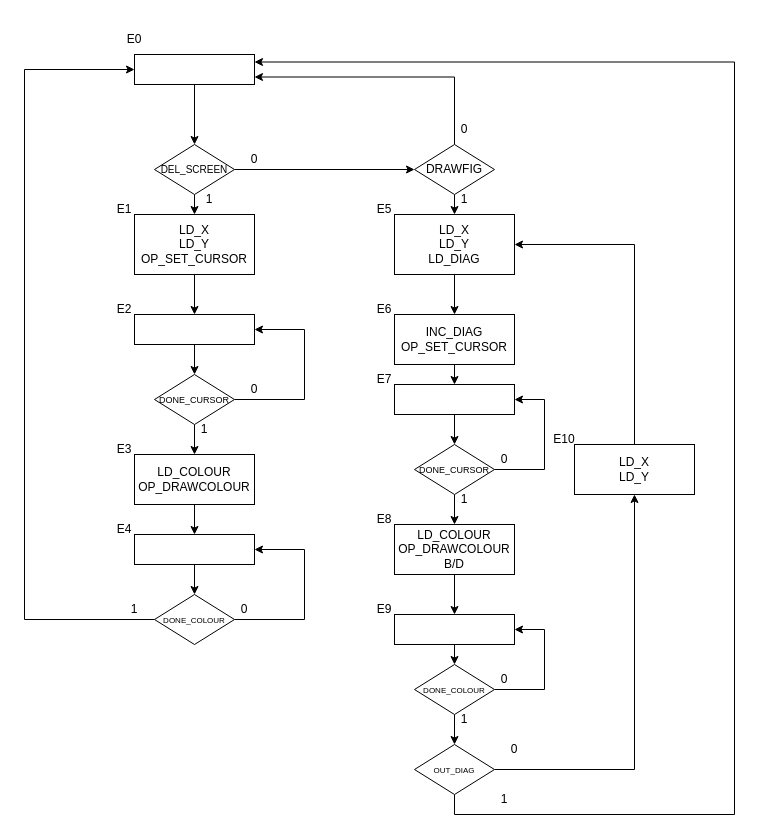
Earlier version of the draw.io diagram Proyecto/Diseños/Lcd_draw_uc.drawio (marcosChoucino/SIstemasDigitales). Source tidied: cells renumbered, new cells numbered last; positions are measured from the earlier drawing's top-left corner, leaving out a move shared by most shapes. Both pictures are drawn from the tidied source at 100%, with x=0, y=0 at pixel (24, 24).
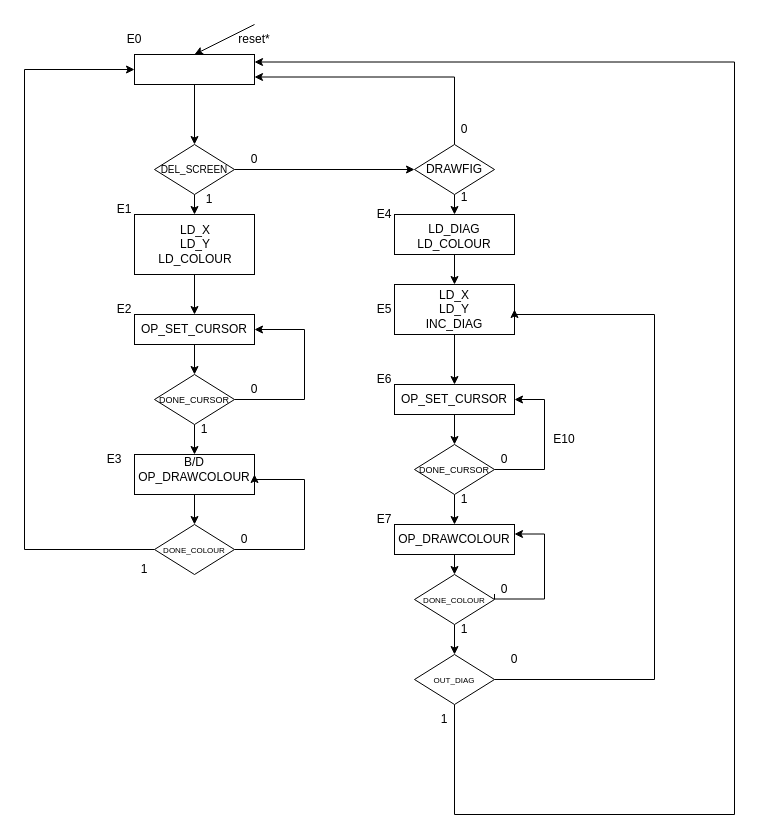
After the change.

Unchanged cells that the change refers to:
```xml
<mxCell id="3" style="rounded=0;whiteSpace=wrap;html=1;" parent="1" vertex="1">
  <mxGeometry x="110" y="30" width="120" height="30" as="geometry" />
</mxCell>
<mxCell id="32" style="rhombus;whiteSpace=wrap;html=1;" parent="1" vertex="1">
  <mxGeometry x="390" y="420" width="80" height="50" as="geometry" />
</mxCell>
<mxCell id="35" style="rhombus;whiteSpace=wrap;html=1;" parent="1" vertex="1">
  <mxGeometry x="130" y="350" width="80" height="50" as="geometry" />
</mxCell>
```

Change to the diagram source:
```diff
@@
     <mxCell id="7" style="rounded=0;whiteSpace=wrap;html=1;" parent="1" vertex="1">
-      <mxGeometry x="370" y="190" width="120" height="60" as="geometry" />
+      <mxGeometry x="370" y="190" width="120" height="40" as="geometry" />
     </mxCell>
@@
     <mxCell id="9" style="rounded=0;whiteSpace=wrap;html=1;" parent="1" vertex="1">
-      <mxGeometry x="370" y="290" width="120" height="50" as="geometry" />
+      <mxGeometry x="370" y="260" width="120" height="50" as="geometry" />
     </mxCell>
@@
-    <mxCell id="14" style="edgeStyle=orthogonalEdgeStyle;rounded=0;jettySize=auto;html=1;exitX=0.5;exitY=1;exitDx=0;exitDy=0;entryX=0.5;entryY=0;entryDx=0;entryDy=0;" parent="1" edge="1" source="15" target="19">
-      <mxGeometry relative="1" as="geometry" />
-    </mxCell>
-    <mxCell id="15" style="rounded=0;whiteSpace=wrap;html=1;" parent="1" vertex="1">
-      <mxGeometry x="110" y="430" width="120" height="50" as="geometry" />
-    </mxCell>
-    <mxCell id="16" style="edgeStyle=orthogonalEdgeStyle;rounded=0;jettySize=auto;html=1;exitX=0.5;exitY=1;exitDx=0;exitDy=0;entryX=0.5;entryY=0;entryDx=0;entryDy=0;" parent="1" edge="1" source="17" target="21">
-      <mxGeometry relative="1" as="geometry" />
-    </mxCell>
-    <mxCell id="17" style="rounded=0;whiteSpace=wrap;html=1;" parent="1" vertex="1">
-      <mxGeometry x="370" y="500" width="120" height="50" as="geometry" />
-    </mxCell>
@@
     <mxCell id="19" style="rounded=0;whiteSpace=wrap;html=1;" parent="1" vertex="1">
-      <mxGeometry x="110" y="510" width="120" height="30" as="geometry" />
+      <mxGeometry x="110" y="430" width="120" height="40" as="geometry" />
     </mxCell>
@@
     <mxCell id="21" style="rounded=0;whiteSpace=wrap;html=1;" parent="1" vertex="1">
-      <mxGeometry x="370" y="590" width="120" height="30" as="geometry" />
+      <mxGeometry x="370" y="500" width="120" height="30" as="geometry" />
     </mxCell>
-    <mxCell id="22" style="edgeStyle=orthogonalEdgeStyle;rounded=0;jettySize=auto;html=1;exitX=0.5;exitY=0;exitDx=0;exitDy=0;entryX=1;entryY=0.5;entryDx=0;entryDy=0;" parent="1" edge="1" source="23" target="7">
-      <mxGeometry relative="1" as="geometry" />
-    </mxCell>
-    <mxCell id="23" style="rounded=0;whiteSpace=wrap;html=1;" parent="1" vertex="1">
-      <mxGeometry x="550" y="420" width="120" height="50" as="geometry" />
-    </mxCell>
@@
-    <mxCell id="30" style="edgeStyle=orthogonalEdgeStyle;rounded=0;jettySize=auto;html=1;exitX=0.5;exitY=1;exitDx=0;exitDy=0;entryX=0.5;entryY=0;entryDx=0;entryDy=0;" parent="1" edge="1" source="32" target="17">
-      <mxGeometry relative="1" as="geometry" />
+    <mxCell id="30" style="edgeStyle=orthogonalEdgeStyle;rounded=0;jettySize=auto;html=1;exitX=0.5;exitY=1;exitDx=0;exitDy=0;entryX=0.5;entryY=0;entryDx=0;entryDy=0;" parent="1" edge="1" source="32">
+      <mxGeometry relative="1" as="geometry">
+        <mxPoint x="430" y="500" as="targetPoint" />
+      </mxGeometry>
     </mxCell>
@@
-    <mxCell id="33" style="edgeStyle=orthogonalEdgeStyle;rounded=0;jettySize=auto;html=1;exitX=0.5;exitY=1;exitDx=0;exitDy=0;entryX=0.5;entryY=0;entryDx=0;entryDy=0;" parent="1" edge="1" source="35" target="15">
-      <mxGeometry relative="1" as="geometry" />
+    <mxCell id="33" style="edgeStyle=orthogonalEdgeStyle;rounded=0;jettySize=auto;html=1;exitX=0.5;exitY=1;exitDx=0;exitDy=0;entryX=0.5;entryY=0;entryDx=0;entryDy=0;" parent="1" edge="1" source="35">
+      <mxGeometry relative="1" as="geometry">
+        <mxPoint x="170" y="430" as="targetPoint" />
+      </mxGeometry>
     </mxCell>
@@
     <mxCell id="36" style="edgeStyle=orthogonalEdgeStyle;rounded=0;jettySize=auto;html=1;exitX=1;exitY=0.5;exitDx=0;exitDy=0;entryX=1;entryY=0.5;entryDx=0;entryDy=0;" parent="1" edge="1" source="38" target="19">
       <mxGeometry relative="1" as="geometry">
         <Array as="points">
-          <mxPoint x="280" y="595" />
           <mxPoint x="280" y="525" />
+          <mxPoint x="280" y="455" />
         </Array>
       </mxGeometry>
     </mxCell>
     <mxCell id="37" style="edgeStyle=orthogonalEdgeStyle;rounded=0;jettySize=auto;html=1;exitX=0;exitY=0.5;exitDx=0;exitDy=0;entryX=0;entryY=0.5;entryDx=0;entryDy=0;" parent="1" edge="1" source="38" target="3">
       <mxGeometry relative="1" as="geometry">
         <Array as="points">
-          <mxPoint y="595" />
+          <mxPoint y="525" />
           <mxPoint y="45" />
         </Array>
       </mxGeometry>
     </mxCell>
     <mxCell id="38" style="rhombus;whiteSpace=wrap;html=1;" parent="1" vertex="1">
-      <mxGeometry x="130" y="570" width="80" height="50" as="geometry" />
+      <mxGeometry x="130" y="500" width="80" height="50" as="geometry" />
     </mxCell>
@@
-    <mxCell id="40" style="edgeStyle=orthogonalEdgeStyle;rounded=0;jettySize=auto;html=1;exitX=1;exitY=0.5;exitDx=0;exitDy=0;entryX=1;entryY=0.5;entryDx=0;entryDy=0;" parent="1" edge="1" source="41" target="21">
+    <mxCell id="40" style="edgeStyle=orthogonalEdgeStyle;rounded=0;orthogonalLoop=1;jettySize=auto;html=1;exitX=1;exitY=0.5;exitDx=0;exitDy=0;entryX=1;entryY=0.5;entryDx=0;entryDy=0;" parent="1" edge="1">
       <mxGeometry relative="1" as="geometry">
+        <mxPoint x="470" y="569.5" as="sourcePoint" />
+        <mxPoint x="490" y="509.5" as="targetPoint" />
         <Array as="points">
-          <mxPoint x="520" y="665" />
-          <mxPoint x="520" y="605" />
+          <mxPoint x="470" y="574.5" />
+          <mxPoint x="520" y="574.5" />
+          <mxPoint x="520" y="509.5" />
         </Array>
       </mxGeometry>
     </mxCell>
     <mxCell id="41" style="rhombus;whiteSpace=wrap;html=1;" parent="1" vertex="1">
-      <mxGeometry x="390" y="640" width="80" height="50" as="geometry" />
+      <mxGeometry x="390" y="550" width="80" height="50" as="geometry" />
     </mxCell>
-    <mxCell id="42" style="edgeStyle=orthogonalEdgeStyle;rounded=0;jettySize=auto;html=1;exitX=1;exitY=0.5;exitDx=0;exitDy=0;entryX=0.5;entryY=1;entryDx=0;entryDy=0;" parent="1" edge="1" source="44" target="23">
-      <mxGeometry relative="1" as="geometry" />
+    <mxCell id="42" style="edgeStyle=orthogonalEdgeStyle;rounded=0;jettySize=auto;html=1;exitX=1;exitY=0.5;exitDx=0;exitDy=0;entryX=1;entryY=0.5;entryDx=0;entryDy=0;" parent="1" edge="1" source="44" target="9">
+      <mxGeometry relative="1" as="geometry">
+        <Array as="points">
+          <mxPoint x="630" y="655" />
+          <mxPoint x="630" y="290" />
+          <mxPoint x="490" y="290" />
+        </Array>
+      </mxGeometry>
     </mxCell>
@@
     <mxCell id="44" style="rhombus;whiteSpace=wrap;html=1;" parent="1" vertex="1">
-      <mxGeometry x="390" y="720" width="80" height="50" as="geometry" />
+      <mxGeometry x="390" y="630" width="80" height="50" as="geometry" />
     </mxCell>
@@
     <mxCell id="48" value="E3" style="text;html=1;strokeColor=none;fillColor=none;align=center;verticalAlign=middle;whiteSpace=wrap;rounded=0;" parent="1" vertex="1">
-      <mxGeometry x="70" y="410" width="60" height="30" as="geometry" />
+      <mxGeometry x="60" y="420" width="60" height="30" as="geometry" />
     </mxCell>
     <mxCell id="49" value="E4" style="text;html=1;strokeColor=none;fillColor=none;align=center;verticalAlign=middle;whiteSpace=wrap;rounded=0;" parent="1" vertex="1">
-      <mxGeometry x="70" y="490" width="60" height="30" as="geometry" />
+      <mxGeometry x="330" y="175" width="60" height="30" as="geometry" />
     </mxCell>
     <mxCell id="50" value="E5" style="text;html=1;strokeColor=none;fillColor=none;align=center;verticalAlign=middle;whiteSpace=wrap;rounded=0;" parent="1" vertex="1">
-      <mxGeometry x="330" y="170" width="60" height="30" as="geometry" />
+      <mxGeometry x="330" y="270" width="60" height="30" as="geometry" />
     </mxCell>
     <mxCell id="51" value="E6" style="text;html=1;strokeColor=none;fillColor=none;align=center;verticalAlign=middle;whiteSpace=wrap;rounded=0;" parent="1" vertex="1">
-      <mxGeometry x="330" y="270" width="60" height="30" as="geometry" />
+      <mxGeometry x="330" y="340" width="60" height="30" as="geometry" />
     </mxCell>
     <mxCell id="52" value="E7" style="text;html=1;strokeColor=none;fillColor=none;align=center;verticalAlign=middle;whiteSpace=wrap;rounded=0;" parent="1" vertex="1">
-      <mxGeometry x="330" y="340" width="60" height="30" as="geometry" />
+      <mxGeometry x="330" y="480" width="60" height="30" as="geometry" />
     </mxCell>
-    <mxCell id="53" value="E8" style="text;html=1;strokeColor=none;fillColor=none;align=center;verticalAlign=middle;whiteSpace=wrap;rounded=0;" parent="1" vertex="1">
-      <mxGeometry x="330" y="480" width="60" height="30" as="geometry" />
-    </mxCell>
-    <mxCell id="54" value="E9" style="text;html=1;strokeColor=none;fillColor=none;align=center;verticalAlign=middle;whiteSpace=wrap;rounded=0;" parent="1" vertex="1">
-      <mxGeometry x="330" y="570" width="60" height="30" as="geometry" />
-    </mxCell>
@@
-    <mxCell id="58" value="LD_X&lt;br&gt;LD_Y&lt;br&gt;OP_SET_CURSOR" style="text;html=1;strokeColor=none;fillColor=none;align=center;verticalAlign=middle;whiteSpace=wrap;rounded=0;" parent="1" vertex="1">
-      <mxGeometry x="140" y="205" width="60" height="30" as="geometry" />
+    <mxCell id="58" value="LD_X&lt;br&gt;LD_Y&lt;br&gt;LD_COLOUR" style="text;html=1;strokeColor=none;fillColor=none;align=center;verticalAlign=middle;whiteSpace=wrap;rounded=0;" parent="1" vertex="1">
+      <mxGeometry x="141" y="205" width="60" height="30" as="geometry" />
     </mxCell>
-    <mxCell id="59" value="LD_X&lt;br&gt;LD_Y&lt;br&gt;LD_DIAG" style="text;html=1;strokeColor=none;fillColor=none;align=center;verticalAlign=middle;whiteSpace=wrap;rounded=0;" parent="1" vertex="1">
-      <mxGeometry x="400" y="205" width="60" height="30" as="geometry" />
+    <mxCell id="59" value="LD_DIAG" style="text;html=1;strokeColor=none;fillColor=none;align=center;verticalAlign=middle;whiteSpace=wrap;rounded=0;" parent="1" vertex="1">
+      <mxGeometry x="400" y="197.5" width="60" height="15" as="geometry" />
     </mxCell>
-    <mxCell id="60" value="INC_DIAG&lt;br&gt;OP_SET_CURSOR" style="text;html=1;strokeColor=none;fillColor=none;align=center;verticalAlign=middle;whiteSpace=wrap;rounded=0;" parent="1" vertex="1">
-      <mxGeometry x="400" y="300" width="60" height="30" as="geometry" />
+    <mxCell id="60" value="LD_X&lt;br style=&quot;border-color: var(--border-color);&quot;&gt;LD_Y&lt;br&gt;INC_DIAG" style="text;html=1;strokeColor=none;fillColor=none;align=center;verticalAlign=middle;whiteSpace=wrap;rounded=0;" parent="1" vertex="1">
+      <mxGeometry x="400" y="270" width="60" height="30" as="geometry" />
     </mxCell>
@@
-    <mxCell id="63" value="LD_COLOUR&lt;br&gt;OP_DRAWCOLOUR" style="text;html=1;strokeColor=none;fillColor=none;align=center;verticalAlign=middle;whiteSpace=wrap;rounded=0;" parent="1" vertex="1">
-      <mxGeometry x="140" y="440" width="60" height="30" as="geometry" />
+    <mxCell id="63" value="B/D&lt;br&gt;OP_DRAWCOLOUR" style="text;html=1;strokeColor=none;fillColor=none;align=center;verticalAlign=middle;whiteSpace=wrap;rounded=0;" parent="1" vertex="1">
+      <mxGeometry x="140" y="430" width="60" height="30" as="geometry" />
     </mxCell>
-    <mxCell id="64" value="LD_COLOUR&lt;br&gt;OP_DRAWCOLOUR&lt;br&gt;B/D" style="text;html=1;strokeColor=none;fillColor=none;align=center;verticalAlign=middle;whiteSpace=wrap;rounded=0;" parent="1" vertex="1">
-      <mxGeometry x="400" y="510" width="60" height="30" as="geometry" />
+    <mxCell id="64" value="LD_COLOUR&lt;br&gt;" style="text;html=1;strokeColor=none;fillColor=none;align=center;verticalAlign=middle;whiteSpace=wrap;rounded=0;" parent="1" vertex="1">
+      <mxGeometry x="400" y="205" width="60" height="30" as="geometry" />
     </mxCell>
-    <mxCell id="65" value="LD_X&lt;br&gt;LD_Y" style="text;html=1;strokeColor=none;fillColor=none;align=center;verticalAlign=middle;whiteSpace=wrap;rounded=0;" parent="1" vertex="1">
-      <mxGeometry x="580" y="430" width="60" height="30" as="geometry" />
-    </mxCell>
     <mxCell id="66" value="&lt;font style=&quot;font-size: 8px;&quot;&gt;DONE_COLOUR&lt;/font&gt;" style="text;html=1;strokeColor=none;fillColor=none;align=center;verticalAlign=middle;whiteSpace=wrap;rounded=0;" parent="1" vertex="1">
-      <mxGeometry x="140" y="580" width="60" height="30" as="geometry" />
+      <mxGeometry x="140" y="510" width="60" height="30" as="geometry" />
     </mxCell>
     <mxCell id="67" value="&lt;font style=&quot;font-size: 8px;&quot;&gt;DONE_COLOUR&lt;/font&gt;" style="text;html=1;strokeColor=none;fillColor=none;align=center;verticalAlign=middle;whiteSpace=wrap;rounded=0;" parent="1" vertex="1">
-      <mxGeometry x="400" y="650" width="60" height="30" as="geometry" />
+      <mxGeometry x="400" y="560" width="60" height="30" as="geometry" />
     </mxCell>
     <mxCell id="68" value="&lt;font style=&quot;font-size: 8px;&quot;&gt;OUT_DIAG&lt;/font&gt;" style="text;html=1;strokeColor=none;fillColor=none;align=center;verticalAlign=middle;whiteSpace=wrap;rounded=0;" parent="1" vertex="1">
-      <mxGeometry x="400" y="730" width="60" height="30" as="geometry" />
+      <mxGeometry x="400" y="640" width="60" height="30" as="geometry" />
     </mxCell>
@@
     <mxCell id="73" value="0" style="text;html=1;strokeColor=none;fillColor=none;align=center;verticalAlign=middle;whiteSpace=wrap;rounded=0;" parent="1" vertex="1">
-      <mxGeometry x="190" y="570" width="60" height="30" as="geometry" />
+      <mxGeometry x="190" y="500" width="60" height="30" as="geometry" />
     </mxCell>
     <mxCell id="74" value="0" style="text;html=1;strokeColor=none;fillColor=none;align=center;verticalAlign=middle;whiteSpace=wrap;rounded=0;" parent="1" vertex="1">
-      <mxGeometry x="450" y="640" width="60" height="30" as="geometry" />
+      <mxGeometry x="450" y="550" width="60" height="30" as="geometry" />
     </mxCell>
     <mxCell id="75" value="0" style="text;html=1;strokeColor=none;fillColor=none;align=center;verticalAlign=middle;whiteSpace=wrap;rounded=0;" parent="1" vertex="1">
-      <mxGeometry x="460" y="710" width="60" height="30" as="geometry" />
+      <mxGeometry x="460" y="620" width="60" height="30" as="geometry" />
     </mxCell>
     <mxCell id="76" value="1" style="text;html=1;strokeColor=none;fillColor=none;align=center;verticalAlign=middle;whiteSpace=wrap;rounded=0;" parent="1" vertex="1">
-      <mxGeometry x="450" y="760" width="60" height="30" as="geometry" />
+      <mxGeometry x="390" y="680" width="60" height="30" as="geometry" />
     </mxCell>
     <mxCell id="77" value="1" style="text;html=1;strokeColor=none;fillColor=none;align=center;verticalAlign=middle;whiteSpace=wrap;rounded=0;" parent="1" vertex="1">
-      <mxGeometry x="410" y="680" width="60" height="30" as="geometry" />
+      <mxGeometry x="410" y="590" width="60" height="30" as="geometry" />
     </mxCell>
@@
     <mxCell id="79" value="1" style="text;html=1;strokeColor=none;fillColor=none;align=center;verticalAlign=middle;whiteSpace=wrap;rounded=0;" parent="1" vertex="1">
-      <mxGeometry x="80" y="570" width="60" height="30" as="geometry" />
+      <mxGeometry x="90" y="530" width="60" height="30" as="geometry" />
     </mxCell>
@@
     <mxCell id="82" value="1" style="text;html=1;strokeColor=none;fillColor=none;align=center;verticalAlign=middle;whiteSpace=wrap;rounded=0;" parent="1" vertex="1">
-      <mxGeometry x="410" y="160" width="60" height="30" as="geometry" />
+      <mxGeometry x="410" y="157.5" width="60" height="30" as="geometry" />
     </mxCell>
+    <mxCell id="83" style="endArrow=classic;html=1;rounded=0;entryX=0.5;entryY=0;entryDx=0;entryDy=0;" parent="1" edge="1" target="3">
+      <mxGeometry relative="1" as="geometry">
+        <mxPoint x="230" as="sourcePoint" />
+      </mxGeometry>
+    </mxCell>
+    <mxCell id="84" value="reset*" style="text;html=1;strokeColor=none;fillColor=none;align=center;verticalAlign=middle;whiteSpace=wrap;rounded=0;" parent="1" vertex="1">
+      <mxGeometry x="200" width="60" height="30" as="geometry" />
+    </mxCell>
+    <mxCell id="85" value="OP_SET_CURSOR" style="text;html=1;strokeColor=none;fillColor=none;align=center;verticalAlign=middle;whiteSpace=wrap;rounded=0;" parent="1" vertex="1">
+      <mxGeometry x="140" y="290" width="60" height="30" as="geometry" />
+    </mxCell>
+    <mxCell id="86" value="OP_SET_CURSOR" style="text;html=1;strokeColor=none;fillColor=none;align=center;verticalAlign=middle;whiteSpace=wrap;rounded=0;" parent="1" vertex="1">
+      <mxGeometry x="400" y="360" width="60" height="30" as="geometry" />
+    </mxCell>
+    <mxCell id="87" value="OP_DRAWCOLOUR" style="text;html=1;strokeColor=none;fillColor=none;align=center;verticalAlign=middle;whiteSpace=wrap;rounded=0;" parent="1" vertex="1">
+      <mxGeometry x="400" y="500" width="60" height="30" as="geometry" />
+    </mxCell>
```
